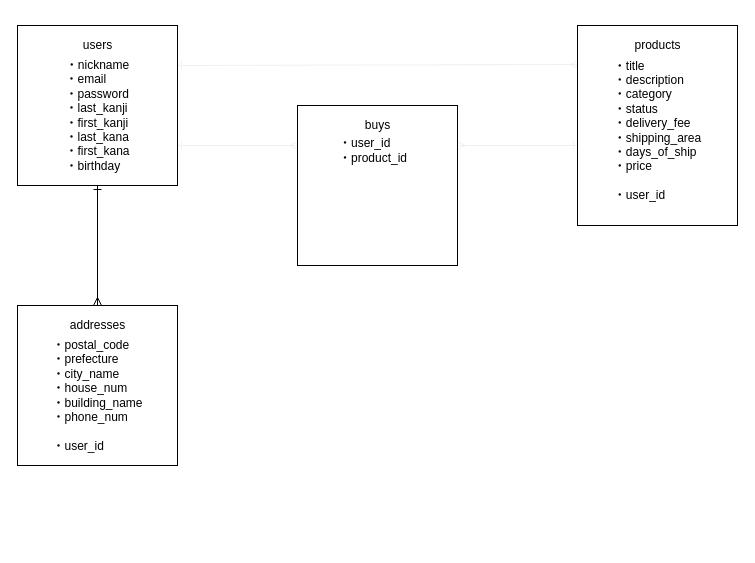
Above: er.dio in hiroooooooooo/furima-35946 (draw.io), before the change. Source tidied: cells renumbered, new cells numbered last; positions are measured from the earlier drawing's top-left corner, leaving out a move shared by most shapes. Both pictures are drawn from the tidied source at 100%, with x=0, y=0 at pixel (17, 25).
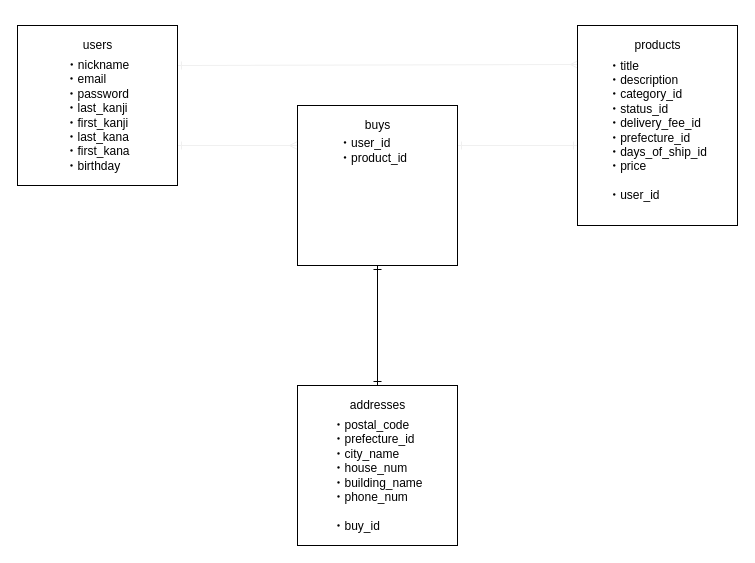
After the change.

The edit, as a diff of the source:
```diff
@@
 <mxGraphModel>
   <root>
     <mxCell id="0" />
     <mxCell id="1" parent="0" />
-    <mxCell id="2" style="rounded=0;jettySize=auto;html=1;exitX=0.5;exitY=1;exitDx=0;exitDy=0;entryX=0.5;entryY=0;entryDx=0;entryDy=0;startArrow=ERone;startFill=0;endSize=6;endArrow=ERmany;endFill=0;strokeWidth=1;" parent="1" edge="1" source="5" target="16">
-      <mxGeometry relative="1" as="geometry" />
-    </mxCell>
     <mxCell id="3" style="edgeStyle=none;rounded=0;jettySize=auto;html=1;exitX=1;exitY=0.25;exitDx=0;exitDy=0;entryX=0.006;entryY=0.195;entryDx=0;entryDy=0;startArrow=ERone;startFill=0;endArrow=ERmany;endFill=0;endSize=6;strokeColor=#f0f0f0;strokeWidth=1;entryPerimeter=0;" parent="1" edge="1" source="5" target="10">
       <mxGeometry relative="1" as="geometry" />
     </mxCell>
     <mxCell id="4" style="edgeStyle=none;rounded=0;jettySize=auto;html=1;exitX=1;exitY=0.75;exitDx=0;exitDy=0;entryX=0;entryY=0.25;entryDx=0;entryDy=0;startArrow=ERone;startFill=0;endArrow=ERmany;endFill=0;endSize=6;strokeColor=#f0f0f0;strokeWidth=1;" parent="1" edge="1" source="5" target="13">
       <mxGeometry relative="1" as="geometry" />
     </mxCell>
     <mxCell id="5" style="whiteSpace=wrap;html=1;" parent="1" vertex="1">
       <mxGeometry width="160" height="160" as="geometry" />
     </mxCell>
     <mxCell id="6" value="users" style="text;html=1;align=center;verticalAlign=middle;rotation=0;" parent="1" vertex="1">
       <mxGeometry x="60" y="10" width="40" height="20" as="geometry" />
     </mxCell>
     <mxCell id="7" value="・nickname&lt;br&gt;&lt;div style=&quot;text-align: left&quot;&gt;&lt;span&gt;・email&lt;/span&gt;&lt;/div&gt;&lt;div style=&quot;text-align: left&quot;&gt;・password&lt;/div&gt;&lt;div style=&quot;text-align: left&quot;&gt;・last_kanji&lt;/div&gt;&lt;div style=&quot;text-align: left&quot;&gt;・first_kanji&lt;/div&gt;&lt;div style=&quot;text-align: left&quot;&gt;・last_kana&lt;/div&gt;&lt;div style=&quot;text-align: left&quot;&gt;・first_kana&lt;/div&gt;&lt;div style=&quot;text-align: left&quot;&gt;・birthday&lt;/div&gt;" style="text;html=1;align=center;verticalAlign=middle;" parent="1" vertex="1">
       <mxGeometry x="40" y="30" width="80" height="120" as="geometry" />
     </mxCell>
     <mxCell id="8" style="edgeStyle=none;rounded=0;orthogonalLoop=1;jettySize=auto;html=1;exitX=0.5;exitY=0;exitDx=0;exitDy=0;startArrow=ERmany;startFill=0;endArrow=ERone;endFill=0;endSize=6;strokeColor=#f0f0f0;strokeWidth=1;entryX=0.5;entryY=0;entryDx=0;entryDy=0;" parent="1" edge="1" source="10" target="10">
       <mxGeometry relative="1" as="geometry" />
     </mxCell>
-    <mxCell id="9" style="edgeStyle=none;rounded=0;jettySize=auto;html=1;entryX=1;entryY=0.25;entryDx=0;entryDy=0;startArrow=ERone;startFill=0;endArrow=ERmany;endFill=0;endSize=6;strokeColor=#f0f0f0;strokeWidth=1;" parent="1" edge="1" target="13">
+    <mxCell id="9" style="edgeStyle=none;rounded=0;jettySize=auto;html=1;entryX=1;entryY=0.25;entryDx=0;entryDy=0;startArrow=ERone;startFill=0;endArrow=ERone;endFill=0;endSize=6;strokeColor=#f0f0f0;strokeWidth=1;" parent="1" edge="1" target="13">
       <mxGeometry relative="1" as="geometry">
         <mxPoint x="560" y="120" as="sourcePoint" />
       </mxGeometry>
     </mxCell>
     <mxCell id="10" style="whiteSpace=wrap;html=1;" parent="1" vertex="1">
       <mxGeometry x="560" width="160" height="200" as="geometry" />
     </mxCell>
     <mxCell id="11" value="products" style="text;html=1;align=center;verticalAlign=middle;" parent="1" vertex="1">
       <mxGeometry x="610" y="10" width="60" height="20" as="geometry" />
     </mxCell>
-    <mxCell id="12" value="&lt;div style=&quot;text-align: left&quot;&gt;&lt;span&gt;・title&lt;/span&gt;&lt;/div&gt;&lt;div style=&quot;text-align: left&quot;&gt;・description&lt;/div&gt;&lt;div style=&quot;text-align: left&quot;&gt;・category&lt;/div&gt;&lt;div style=&quot;text-align: left&quot;&gt;・status&lt;/div&gt;&lt;div style=&quot;text-align: left&quot;&gt;・delivery_fee&lt;/div&gt;&lt;div style=&quot;text-align: left&quot;&gt;・shipping_area&lt;/div&gt;&lt;div style=&quot;text-align: left&quot;&gt;・days_of_ship&lt;/div&gt;&lt;div style=&quot;text-align: left&quot;&gt;・price&lt;/div&gt;&lt;div style=&quot;text-align: left&quot;&gt;&lt;br&gt;&lt;/div&gt;&lt;div style=&quot;text-align: left&quot;&gt;・user_id&lt;/div&gt;" style="text;html=1;align=center;verticalAlign=middle;" parent="1" vertex="1">
-      <mxGeometry x="590" y="30" width="100" height="150" as="geometry" />
+    <mxCell id="12" value="&lt;div style=&quot;text-align: left&quot;&gt;&lt;span&gt;・title&lt;/span&gt;&lt;/div&gt;&lt;div style=&quot;text-align: left&quot;&gt;・description&lt;/div&gt;&lt;div style=&quot;text-align: left&quot;&gt;・category_id&lt;/div&gt;&lt;div style=&quot;text-align: left&quot;&gt;・status_id&lt;/div&gt;&lt;div style=&quot;text-align: left&quot;&gt;・delivery_fee_id&lt;/div&gt;&lt;div style=&quot;text-align: left&quot;&gt;・prefecture_id&lt;/div&gt;&lt;div style=&quot;text-align: left&quot;&gt;・days_of_ship_id&lt;/div&gt;&lt;div style=&quot;text-align: left&quot;&gt;・price&lt;/div&gt;&lt;div style=&quot;text-align: left&quot;&gt;&lt;br&gt;&lt;/div&gt;&lt;div style=&quot;text-align: left&quot;&gt;・user_id&lt;/div&gt;" style="text;html=1;align=center;verticalAlign=middle;" parent="1" vertex="1">
+      <mxGeometry x="585" y="30" width="110" height="150" as="geometry" />
     </mxCell>
+    <mxCell id="19" style="edgeStyle=orthogonalEdgeStyle;rounded=0;jettySize=auto;html=1;exitX=0.5;exitY=1;exitDx=0;exitDy=0;entryX=0.5;entryY=0;entryDx=0;entryDy=0;endArrow=ERone;endFill=0;startArrow=ERone;startFill=0;" parent="1" edge="1" source="13" target="16">
+      <mxGeometry relative="1" as="geometry" />
+    </mxCell>
     <mxCell id="13" style="whiteSpace=wrap;html=1;" parent="1" vertex="1">
       <mxGeometry x="280" y="80" width="160" height="160" as="geometry" />
     </mxCell>
     <mxCell id="14" value="buys" style="text;html=1;align=center;verticalAlign=middle;rotation=0;" parent="1" vertex="1">
       <mxGeometry x="340" y="90" width="40" height="20" as="geometry" />
     </mxCell>
     <mxCell id="15" value="・user_id&lt;br&gt;&lt;div style=&quot;&quot;&gt;&lt;span&gt;・product_id&lt;br&gt;&lt;/span&gt;&lt;/div&gt;" style="text;html=1;align=left;verticalAlign=middle;" parent="1" vertex="1">
       <mxGeometry x="320" y="110" width="80" height="30" as="geometry" />
     </mxCell>
     <mxCell id="16" style="whiteSpace=wrap;html=1;" parent="1" vertex="1">
-      <mxGeometry y="280" width="160" height="160" as="geometry" />
+      <mxGeometry x="280" y="360" width="160" height="160" as="geometry" />
     </mxCell>
     <mxCell id="17" value="addresses" style="text;html=1;align=center;verticalAlign=middle;rotation=0;" parent="1" vertex="1">
-      <mxGeometry x="45" y="290" width="70" height="20" as="geometry" />
+      <mxGeometry x="325" y="370" width="70" height="20" as="geometry" />
     </mxCell>
-    <mxCell id="18" value="&lt;div style=&quot;text-align: left&quot;&gt;&lt;span&gt;・postal_code&lt;/span&gt;&lt;/div&gt;&lt;div style=&quot;text-align: left&quot;&gt;&lt;span&gt;・prefecture&lt;/span&gt;&lt;/div&gt;&lt;div style=&quot;text-align: left&quot;&gt;・city_name&lt;/div&gt;&lt;div style=&quot;text-align: left&quot;&gt;・house_num&lt;/div&gt;&lt;div style=&quot;text-align: left&quot;&gt;・building_name&lt;/div&gt;&lt;div style=&quot;text-align: left&quot;&gt;・phone_num&lt;/div&gt;&lt;div style=&quot;text-align: left&quot;&gt;&lt;br&gt;&lt;/div&gt;&lt;div style=&quot;text-align: left&quot;&gt;・user_id&lt;/div&gt;" style="text;html=1;align=center;verticalAlign=middle;" parent="1" vertex="1">
-      <mxGeometry x="25" y="310" width="110" height="120" as="geometry" />
+    <mxCell id="18" value="&lt;div style=&quot;text-align: left&quot;&gt;&lt;span&gt;・postal_code&lt;/span&gt;&lt;/div&gt;&lt;div style=&quot;text-align: left&quot;&gt;&lt;span&gt;・prefecture_id&lt;/span&gt;&lt;/div&gt;&lt;div style=&quot;text-align: left&quot;&gt;・city_name&lt;/div&gt;&lt;div style=&quot;text-align: left&quot;&gt;・house_num&lt;/div&gt;&lt;div style=&quot;text-align: left&quot;&gt;・building_name&lt;/div&gt;&lt;div style=&quot;text-align: left&quot;&gt;・phone_num&lt;/div&gt;&lt;div style=&quot;text-align: left&quot;&gt;&lt;br&gt;&lt;/div&gt;&lt;div style=&quot;text-align: left&quot;&gt;・buy_id&lt;/div&gt;" style="text;html=1;align=center;verticalAlign=middle;" parent="1" vertex="1">
+      <mxGeometry x="305" y="390" width="110" height="120" as="geometry" />
     </mxCell>
   </root>
 </mxGraphModel>
```
